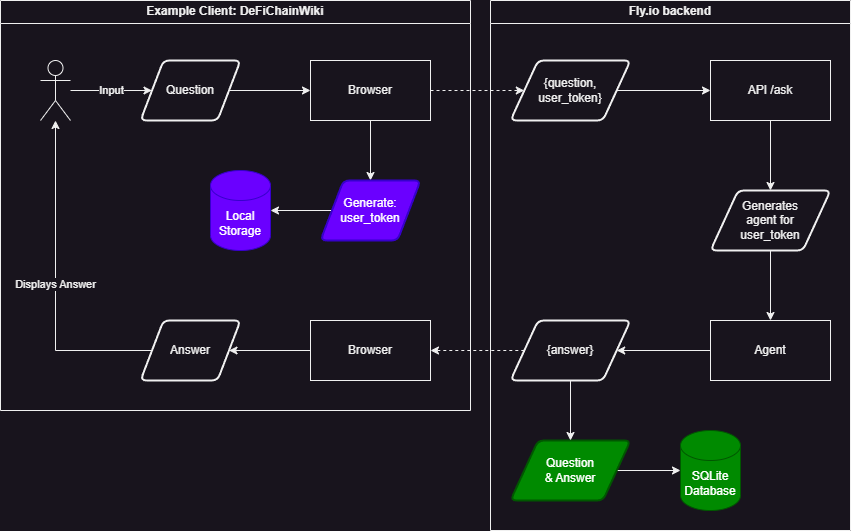
Above: redme_files/process.drawio.png in 0ptim/JellyChat (draw.io), before the change. Source tidied: cells renumbered, new cells last; positions are measured from the earlier drawing's top-left corner, leaving out a move shared by most shapes.
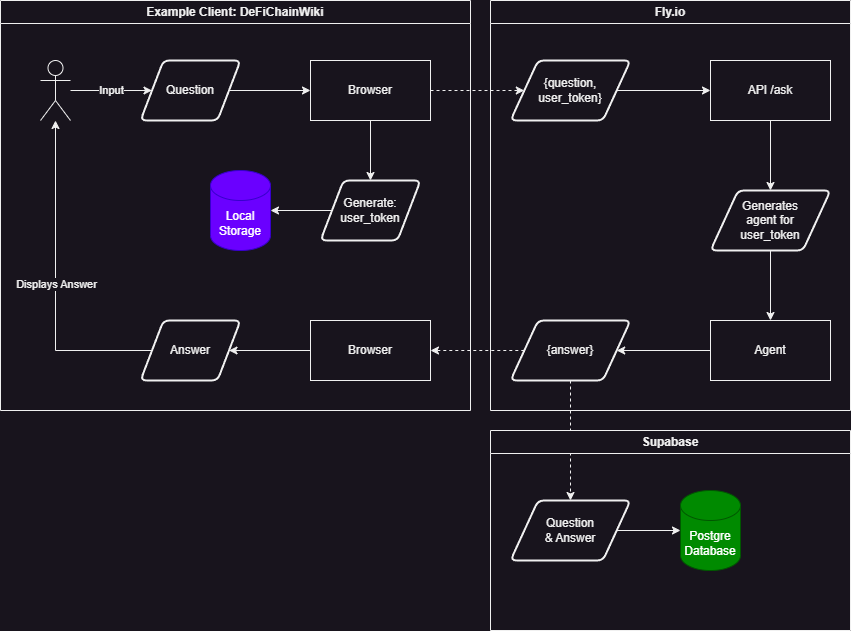
After the change.

Commit message:
Change backend to use Supabase instead of SQLite

Change to the diagram source:
```diff
@@ -41,9 +41,6 @@
     <mxCell id="14" value="Agent" style="whiteSpace=wrap;html=1;rounded=0;" parent="1" vertex="1">
       <mxGeometry x="710" y="320" width="120" height="60" as="geometry" />
     </mxCell>
-    <mxCell id="15" value="SQLite Database" style="shape=cylinder3;whiteSpace=wrap;html=1;boundedLbl=1;backgroundOutline=1;size=15;fillColor=#008a00;fontColor=#ffffff;strokeColor=#005700;" parent="1" vertex="1">
-      <mxGeometry x="680" y="430" width="60" height="80" as="geometry" />
-    </mxCell>
     <mxCell id="16" style="edgeStyle=orthogonalEdgeStyle;rounded=0;jettySize=auto;html=1;" parent="1" edge="1" source="30" target="3">
       <mxGeometry relative="1" as="geometry" />
     </mxCell>
@@ -59,7 +56,7 @@
     <mxCell id="20" style="edgeStyle=orthogonalEdgeStyle;rounded=0;jettySize=auto;html=1;" parent="1" edge="1" source="21" target="9">
       <mxGeometry relative="1" as="geometry" />
     </mxCell>
-    <mxCell id="21" value="Generate:&lt;br&gt;user_token" style="shape=parallelogram;html=1;strokeWidth=2;perimeter=parallelogramPerimeter;whiteSpace=wrap;rounded=1;arcSize=12;size=0.23;fillColor=#6a00ff;fontColor=#ffffff;strokeColor=#3700CC;" parent="1" vertex="1">
+    <mxCell id="21" value="Generate:&lt;br&gt;user_token" style="shape=parallelogram;html=1;strokeWidth=2;perimeter=parallelogramPerimeter;whiteSpace=wrap;rounded=1;arcSize=12;size=0.23;" parent="1" vertex="1">
       <mxGeometry x="320" y="180" width="100" height="60" as="geometry" />
     </mxCell>
     <mxCell id="22" value="{question,&lt;br&gt;user_token}" style="shape=parallelogram;html=1;strokeWidth=2;perimeter=parallelogramPerimeter;whiteSpace=wrap;rounded=1;arcSize=12;size=0.23;" parent="1" vertex="1">
@@ -71,17 +68,15 @@
     <mxCell id="24" value="Generates&lt;br&gt;agent for&lt;br&gt;user_token" style="shape=parallelogram;html=1;strokeWidth=2;perimeter=parallelogramPerimeter;whiteSpace=wrap;rounded=1;arcSize=12;size=0.23;" parent="1" vertex="1">
       <mxGeometry x="710" y="190" width="120" height="60" as="geometry" />
     </mxCell>
-    <mxCell id="25" style="edgeStyle=orthogonalEdgeStyle;rounded=0;jettySize=auto;html=1;" parent="1" edge="1" source="26" target="15">
-      <mxGeometry relative="1" as="geometry" />
-    </mxCell>
-    <mxCell id="26" value="Question&lt;br&gt;&amp;amp; Answer" style="shape=parallelogram;html=1;strokeWidth=2;perimeter=parallelogramPerimeter;whiteSpace=wrap;rounded=1;arcSize=12;size=0.23;fillColor=#008a00;fontColor=#ffffff;strokeColor=#005700;" parent="1" vertex="1">
-      <mxGeometry x="510" y="440" width="120" height="60" as="geometry" />
-    </mxCell>
     <mxCell id="27" style="edgeStyle=orthogonalEdgeStyle;rounded=0;jettySize=auto;html=1;dashed=1;" parent="1" edge="1" source="29" target="19">
       <mxGeometry relative="1" as="geometry" />
     </mxCell>
-    <mxCell id="28" style="edgeStyle=orthogonalEdgeStyle;rounded=0;jettySize=auto;html=1;" parent="1" edge="1" source="29" target="26">
-      <mxGeometry relative="1" as="geometry" />
+    <mxCell id="28" style="edgeStyle=orthogonalEdgeStyle;rounded=0;jettySize=auto;html=1;dashed=1;" parent="1" edge="1" source="29" target="26">
+      <mxGeometry relative="1" as="geometry">
+        <Array as="points">
+          <mxPoint x="560" y="530" />
+        </Array>
+      </mxGeometry>
     </mxCell>
     <mxCell id="29" value="{answer}" style="shape=parallelogram;html=1;strokeWidth=2;perimeter=parallelogramPerimeter;whiteSpace=wrap;rounded=1;arcSize=12;size=0.23;" parent="1" vertex="1">
       <mxGeometry x="510" y="320" width="120" height="60" as="geometry" />
@@ -92,8 +87,20 @@
     <mxCell id="31" value="Example Client: DeFiChainWiki" style="swimlane;whiteSpace=wrap;html=1;" parent="1" vertex="1">
       <mxGeometry width="470" height="410" as="geometry" />
     </mxCell>
-    <mxCell id="32" value="Fly.io backend" style="swimlane;whiteSpace=wrap;html=1;" parent="1" vertex="1">
-      <mxGeometry x="490" width="360" height="530" as="geometry" />
+    <mxCell id="32" value="Fly.io" style="swimlane;whiteSpace=wrap;html=1;" parent="1" vertex="1">
+      <mxGeometry x="490" width="360" height="410" as="geometry" />
     </mxCell>
+    <mxCell id="33" value="Supabase" style="swimlane;whiteSpace=wrap;html=1;" parent="1" vertex="1">
+      <mxGeometry x="490" y="430" width="360" height="200" as="geometry" />
+    </mxCell>
+    <mxCell id="15" value="Postgre Database" style="shape=cylinder3;whiteSpace=wrap;html=1;boundedLbl=1;backgroundOutline=1;size=15;fillColor=#008a00;fontColor=#ffffff;strokeColor=#005700;" parent="33" vertex="1">
+      <mxGeometry x="190" y="60" width="60" height="80" as="geometry" />
+    </mxCell>
+    <mxCell id="25" style="edgeStyle=orthogonalEdgeStyle;rounded=0;jettySize=auto;html=1;" parent="33" edge="1" source="26" target="15">
+      <mxGeometry relative="1" as="geometry" />
+    </mxCell>
+    <mxCell id="26" value="Question&lt;br&gt;&amp;amp; Answer" style="shape=parallelogram;html=1;strokeWidth=2;perimeter=parallelogramPerimeter;whiteSpace=wrap;rounded=1;arcSize=12;size=0.23;" parent="33" vertex="1">
+      <mxGeometry x="20" y="70" width="120" height="60" as="geometry" />
+    </mxCell>
   </root>
 </mxGraphModel>
```
